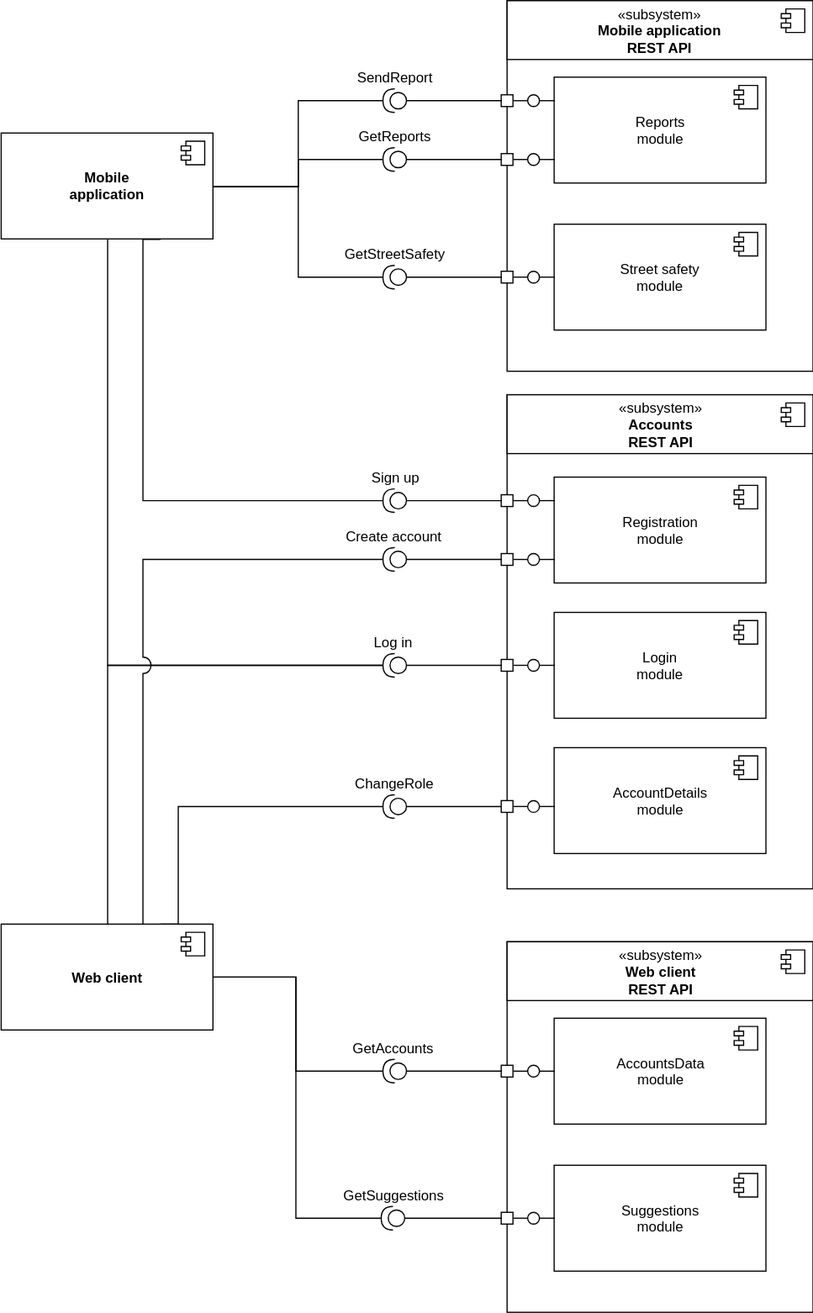
EliaBattiston/SafeStreets keeps this draw.io diagram as DD/Images/Components/ClientSideComponents.svg. Above is the earlier version. Source tidied: cells renumbered, new cells last; positions are measured from the earlier drawing's top-left corner, leaving out a move shared by most shapes.
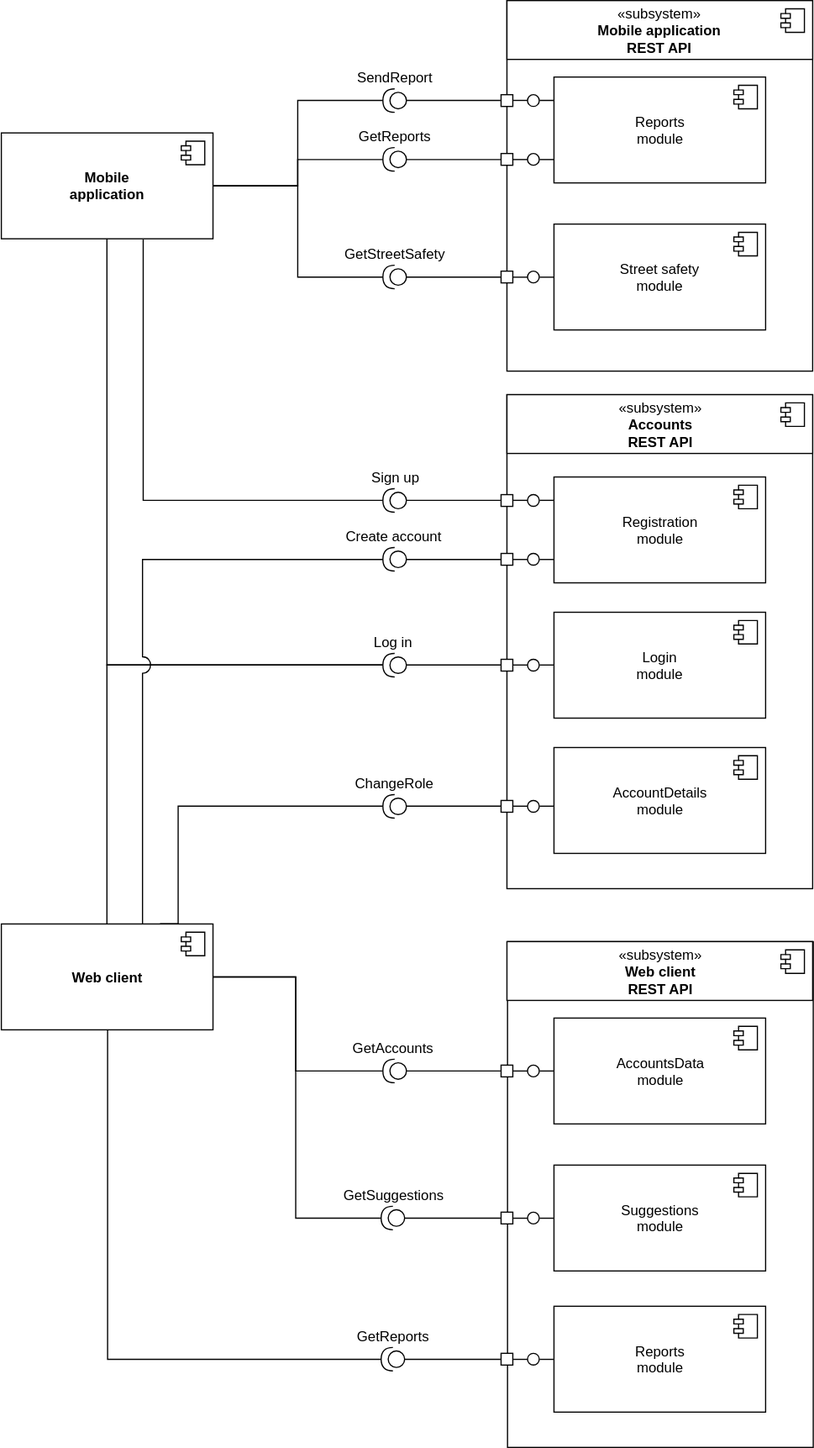
The same file after the commit.

Change to the diagram source:
```diff
@@ -173,8 +173,9 @@
     <mxCell id="52" style="ellipse;whiteSpace=wrap;html=1;" parent="1" vertex="1">
       <mxGeometry x="447" y="470" width="10" height="10" as="geometry" />
     </mxCell>
-    <mxCell id="53" style="edgeStyle=orthogonalEdgeStyle;rounded=0;jumpStyle=arc;jumpSize=14;jettySize=auto;html=1;entryX=0.75;entryY=1;entryDx=0;entryDy=0;endArrow=none;endFill=0;" parent="1" edge="1" source="55" target="3">
+    <mxCell id="53" style="edgeStyle=orthogonalEdgeStyle;rounded=0;jumpStyle=arc;jumpSize=14;jettySize=auto;html=1;endArrow=none;endFill=0;" parent="1" edge="1" source="55">
       <mxGeometry relative="1" as="geometry">
+        <mxPoint x="120" y="203" as="targetPoint" />
         <Array as="points">
           <mxPoint x="120" y="425" />
           <mxPoint x="120" y="203" />
@@ -267,7 +268,7 @@
       <mxGeometry x="289.5" y="655" width="86" height="20" as="geometry" />
     </mxCell>
     <mxCell id="80" style="rounded=0;whiteSpace=wrap;html=1;" parent="1" vertex="1">
-      <mxGeometry x="429.5" y="800" width="260" height="315" as="geometry" />
+      <mxGeometry x="430" y="800" width="260" height="430" as="geometry" />
     </mxCell>
     <mxCell id="81" value="«subsystem»&lt;br&gt;&lt;b&gt;Web client&lt;br&gt;REST API&lt;br&gt;&lt;/b&gt;" style="html=1;" parent="1" vertex="1">
       <mxGeometry x="429.5" y="800" width="260" height="50" as="geometry" />
@@ -356,5 +357,48 @@
     <mxCell id="102" value="GetSuggestions" style="text;html=1;strokeColor=none;fillColor=none;align=center;verticalAlign=middle;whiteSpace=wrap;rounded=0;" parent="1" vertex="1">
       <mxGeometry x="289.5" y="1005" width="86" height="20" as="geometry" />
     </mxCell>
+    <mxCell id="103" value="Reports&lt;br&gt;module" style="html=1;" parent="1" vertex="1">
+      <mxGeometry x="469.5" y="1110" width="180" height="90" as="geometry" />
+    </mxCell>
+    <mxCell id="104" style="shape=component;jettyWidth=8;jettyHeight=4;" parent="103" vertex="1">
+      <mxGeometry x="1" width="20" height="20" relative="1" as="geometry">
+        <mxPoint x="-27" y="7" as="offset" />
+      </mxGeometry>
+    </mxCell>
+    <mxCell id="105" style="edgeStyle=orthogonalEdgeStyle;rounded=0;jettySize=auto;html=1;exitX=1;exitY=0.5;exitDx=0;exitDy=0;entryX=0;entryY=0.5;entryDx=0;entryDy=0;endArrow=none;endFill=0;" parent="1" edge="1" target="x">
+      <mxGeometry relative="1" as="geometry">
+        <mxPoint x="434.4" y="1180.3" as="sourcePoint" />
+      </mxGeometry>
+    </mxCell>
+    <mxCell id="106" style="edgeStyle=orthogonalEdgeStyle;rounded=0;jettySize=auto;html=1;exitX=1;exitY=0.5;exitDx=0;exitDy=0;entryX=0;entryY=0.5;entryDx=0;entryDy=0;endArrow=none;endFill=0;" parent="1" edge="1" source="107" target="109">
+      <mxGeometry relative="1" as="geometry" />
+    </mxCell>
+    <mxCell id="107" style="whiteSpace=wrap;html=1;" parent="1" vertex="1">
+      <mxGeometry x="424.5" y="1150" width="10" height="10" as="geometry" />
+    </mxCell>
+    <mxCell id="108" style="edgeStyle=orthogonalEdgeStyle;rounded=0;jettySize=auto;html=1;exitX=1;exitY=0.5;exitDx=0;exitDy=0;entryX=0;entryY=0.5;entryDx=0;entryDy=0;endArrow=none;endFill=0;" parent="1" edge="1" source="109" target="103">
+      <mxGeometry relative="1" as="geometry" />
+    </mxCell>
+    <mxCell id="109" style="ellipse;whiteSpace=wrap;html=1;" parent="1" vertex="1">
+      <mxGeometry x="447" y="1150" width="10" height="10" as="geometry" />
+    </mxCell>
+    <mxCell id="110" style="edgeStyle=orthogonalEdgeStyle;rounded=0;jettySize=auto;html=1;exitX=0;exitY=0.5;exitDx=0;exitDy=0;exitPerimeter=0;entryX=0;entryY=0.5;entryDx=0;entryDy=0;endArrow=none;endFill=0;" parent="1" edge="1" source="112" target="107">
+      <mxGeometry relative="1" as="geometry" />
+    </mxCell>
+    <mxCell id="111" style="edgeStyle=orthogonalEdgeStyle;rounded=0;jettySize=auto;html=1;exitX=1;exitY=0.5;exitDx=0;exitDy=0;exitPerimeter=0;endArrow=none;endFill=0;" parent="1" edge="1" source="112">
+      <mxGeometry relative="1" as="geometry">
+        <mxPoint x="90" y="875" as="targetPoint" />
+        <Array as="points">
+          <mxPoint x="90" y="1155" />
+          <mxPoint x="90" y="875" />
+        </Array>
+      </mxGeometry>
+    </mxCell>
+    <mxCell id="112" style="shape=providedRequiredInterface;html=1;verticalLabelPosition=bottom;direction=west;" parent="1" vertex="1">
+      <mxGeometry x="322.5" y="1145" width="20" height="20" as="geometry" />
+    </mxCell>
+    <mxCell id="113" value="GetReports" style="text;html=1;strokeColor=none;fillColor=none;align=center;verticalAlign=middle;whiteSpace=wrap;rounded=0;" parent="1" vertex="1">
+      <mxGeometry x="289.5" y="1125" width="86" height="20" as="geometry" />
+    </mxCell>
   </root>
 </mxGraphModel>
```
